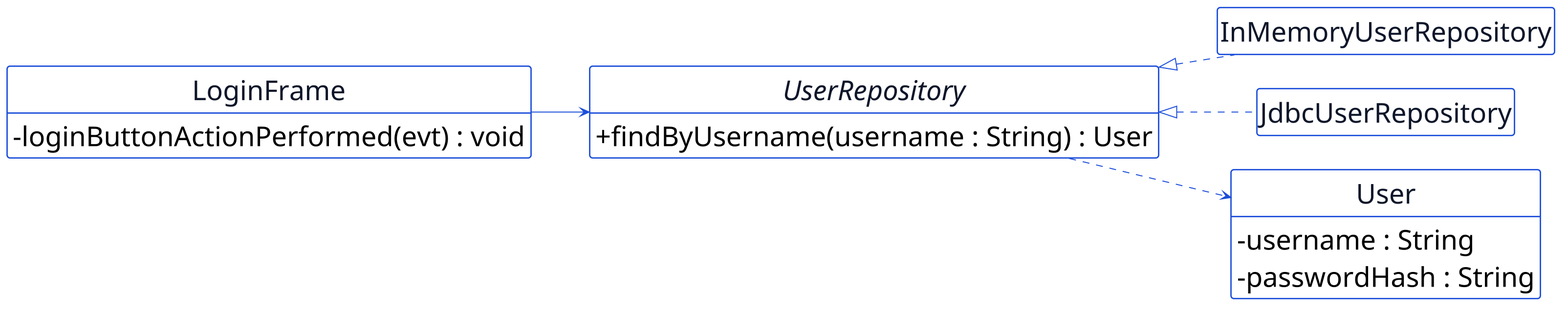
Above: assets/uml/src/p15-userrepository-auth.png in dhanifudin/oop (PlantUML), before the change.
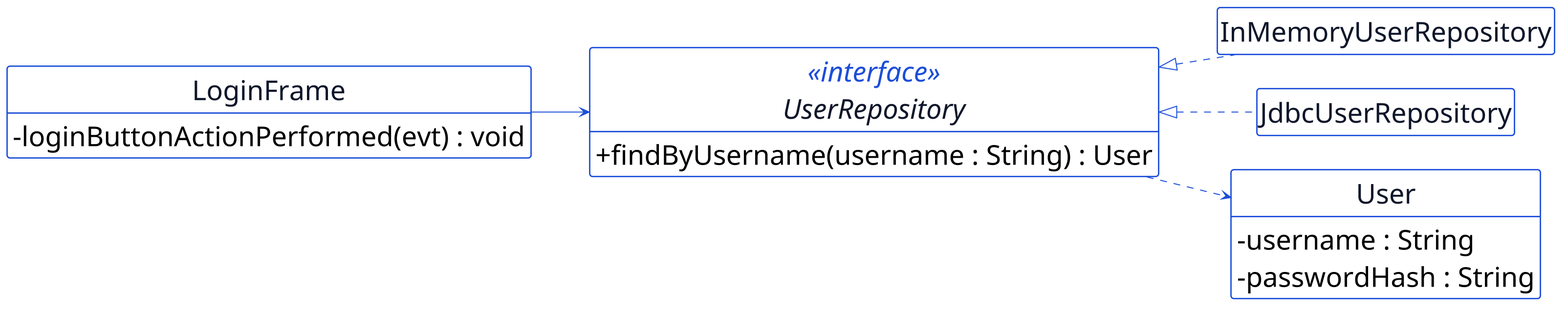
Above is the later version.

What changed in the source:
```diff
@@ -9,7 +9,7 @@
   - loginButtonActionPerformed(evt) : void
 }
 
-interface UserRepository {
+interface UserRepository <<interface>> {
   + findByUsername(username : String) : User
 }
 
```
